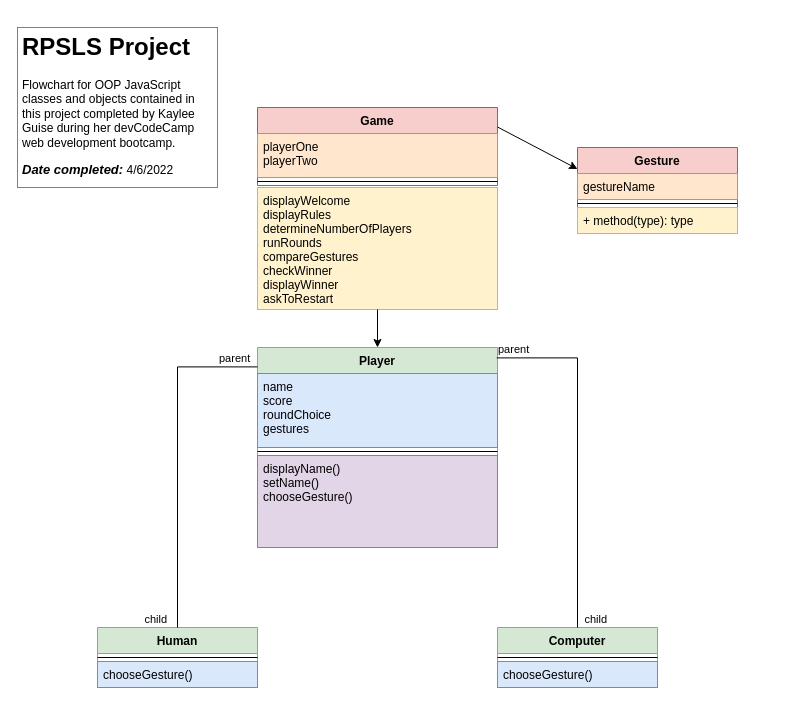
Earlier version of the draw.io diagram RPSLS.drawio.xml (nortynanka/dcc-rpsls-project). Source tidied: cells renumbered, new cells numbered last; positions are measured from the earlier drawing's top-left corner, leaving out a move shared by most shapes. Both pictures are drawn from the tidied source at 100%, with x=0, y=0 at pixel (17, 27).
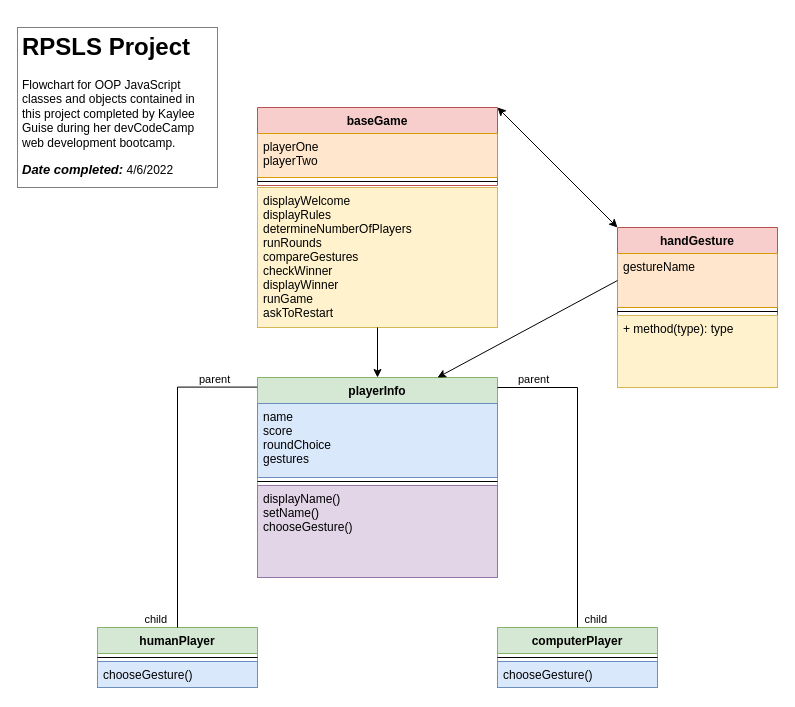
The same page after the edit.

Commit message (it also covers changes not shown here):
index.js framework set up

What changed in the source:
```diff
@@
-    <mxCell id="2" value="Gesture" style="swimlane;fontStyle=1;align=center;verticalAlign=top;horizontal=1;startSize=26;fillColor=#f8cecc;strokeColor=#b85450;" parent="1" vertex="1">
-      <mxGeometry x="560" y="120" width="160" height="86" as="geometry" />
+    <mxCell id="2" value="handGesture" style="swimlane;fontStyle=1;align=center;verticalAlign=top;horizontal=1;startSize=26;fillColor=#f8cecc;strokeColor=#b85450;" parent="1" vertex="1">
+      <mxGeometry x="600" y="200" width="160" height="160" as="geometry" />
     </mxCell>
     <mxCell id="3" value="gestureName" style="text;strokeColor=#d79b00;fillColor=#ffe6cc;align=left;verticalAlign=top;spacingLeft=4;spacingRight=4;overflow=hidden;points=[[0,0.5],[1,0.5]];portConstraint=eastwest;" parent="2" vertex="1">
-      <mxGeometry y="26" width="160" height="26" as="geometry" />
+      <mxGeometry y="26" width="160" height="54" as="geometry" />
     </mxCell>
     <mxCell id="4" style="line;strokeWidth=1;fillColor=none;align=left;verticalAlign=middle;spacingTop=-1;spacingLeft=3;spacingRight=3;labelPosition=right;" parent="2" vertex="1">
-      <mxGeometry y="52" width="160" height="8" as="geometry" />
+      <mxGeometry y="80" width="160" height="8" as="geometry" />
     </mxCell>
     <mxCell id="5" value="+ method(type): type" style="text;strokeColor=#d6b656;fillColor=#fff2cc;align=left;verticalAlign=top;spacingLeft=4;spacingRight=4;overflow=hidden;" parent="2" vertex="1">
-      <mxGeometry y="60" width="160" height="26" as="geometry" />
+      <mxGeometry y="88" width="160" height="72" as="geometry" />
     </mxCell>
-    <mxCell id="6" value="Player" style="swimlane;fontStyle=1;align=center;verticalAlign=top;horizontal=1;startSize=26;fillColor=#d5e8d4;strokeColor=#82b366;" parent="1" vertex="1">
-      <mxGeometry x="240" y="320" width="240" height="200" as="geometry" />
+    <mxCell id="6" value="playerInfo" style="swimlane;fontStyle=1;align=center;verticalAlign=top;horizontal=1;startSize=26;fillColor=#d5e8d4;strokeColor=#82b366;points=[[0,0,0,0,0],[0,1,0,0,12],[0,1,0,0,61],[0,1,0,0,112],[0,1,0,0,161],[0.01,0.76,0,0,0],[0.01,0.92,0,0,0],[0.25,0,0,0,0],[0.25,1,0,0,161],[0.5,0,0,0,0],[0.5,1,0,0,161],[0.75,0,0,0,0],[0.75,1,0,0,161],[1,0,0,0,0],[1,1,0,0,12],[1,1,0,0,61],[1,1,0,0,112],[1,1,0,0,161]];" parent="1" vertex="1">
+      <mxGeometry x="240" y="350" width="240" height="200" as="geometry" />
     </mxCell>
@@
-    <mxCell id="10" value="Game" style="swimlane;fontStyle=1;align=center;verticalAlign=top;horizontal=1;startSize=26;fillColor=#f8cecc;strokeColor=#b85450;" parent="1" vertex="1">
+    <mxCell id="10" value="baseGame" style="swimlane;fontStyle=1;align=center;verticalAlign=top;horizontal=1;startSize=26;fillColor=#f8cecc;strokeColor=#b85450;" parent="1" vertex="1">
       <mxGeometry x="240" y="80" width="240" height="78" as="geometry" />
     </mxCell>
@@
-    <mxCell id="13" value="Human" style="swimlane;fontStyle=1;align=center;verticalAlign=top;horizontal=1;startSize=26;fillColor=#d5e8d4;strokeColor=#82b366;" parent="1" vertex="1">
+    <mxCell id="13" value="humanPlayer" style="swimlane;fontStyle=1;align=center;verticalAlign=top;horizontal=1;startSize=26;fillColor=#d5e8d4;strokeColor=#82b366;" parent="1" vertex="1">
       <mxGeometry x="80" y="600" width="160" height="60" as="geometry" />
     </mxCell>
@@
-    <mxCell id="16" value="Computer" style="swimlane;fontStyle=1;align=center;verticalAlign=top;horizontal=1;startSize=26;fillColor=#d5e8d4;strokeColor=#82b366;" parent="1" vertex="1">
+    <mxCell id="16" value="computerPlayer" style="swimlane;fontStyle=1;align=center;verticalAlign=top;horizontal=1;startSize=26;fillColor=#d5e8d4;strokeColor=#82b366;" parent="1" vertex="1">
       <mxGeometry x="480" y="600" width="160" height="60" as="geometry" />
     </mxCell>
@@
-    <mxCell id="19" value="displayWelcome&#10;displayRules&#10;determineNumberOfPlayers&#10;runRounds&#10;compareGestures&#10;checkWinner&#10;displayWinner&#10;askToRestart" style="text;strokeColor=#d6b656;fillColor=#fff2cc;align=left;verticalAlign=top;spacingLeft=4;spacingRight=4;overflow=hidden;points=[[0,0.5,0,0,0],[0.5,0.98,0,0,0],[1,0.5,0,0,0]];portConstraint=eastwest;" parent="1" vertex="1">
-      <mxGeometry x="240" y="160" width="240" height="122" as="geometry" />
+    <mxCell id="19" value="displayWelcome&#10;displayRules&#10;determineNumberOfPlayers&#10;runRounds&#10;compareGestures&#10;checkWinner&#10;displayWinner&#10;runGame&#10;askToRestart" style="text;strokeColor=#d6b656;fillColor=#fff2cc;align=left;verticalAlign=top;spacingLeft=4;spacingRight=4;overflow=hidden;points=[[0,0.5,0,0,0],[0.5,0.98,0,0,0],[1,0.5,0,0,0]];portConstraint=eastwest;" parent="1" vertex="1">
+      <mxGeometry x="240" y="160" width="240" height="140" as="geometry" />
     </mxCell>
-    <mxCell id="20" style="endArrow=none;html=1;edgeStyle=orthogonalEdgeStyle;rounded=0;exitX=0;exitY=0.097;exitDx=0;exitDy=0;exitPerimeter=0;entryX=0.5;entryY=0;entryDx=0;entryDy=0;" parent="1" edge="1" source="6" target="13">
+    <mxCell id="20" style="endArrow=none;html=1;edgeStyle=orthogonalEdgeStyle;rounded=0;entryX=0.5;entryY=0;entryDx=0;entryDy=0;exitX=-0.001;exitY=0.048;exitDx=0;exitDy=0;exitPerimeter=0;" parent="1" edge="1" source="6" target="13">
       <mxGeometry relative="1" as="geometry" />
     </mxCell>
     <mxCell id="21" value="parent" style="edgeLabel;html=1;align=left;verticalAlign=bottom;" parent="20" vertex="1">
       <mxGeometry x="-1" relative="1" as="geometry">
-        <mxPoint x="-40" as="offset" />
+        <mxPoint x="-60" as="offset" />
       </mxGeometry>
     </mxCell>
@@
-    <mxCell id="23" style="endArrow=none;html=1;edgeStyle=orthogonalEdgeStyle;rounded=0;exitX=0.997;exitY=0.052;exitDx=0;exitDy=0;exitPerimeter=0;" parent="1" edge="1" source="6" target="16">
-      <mxGeometry relative="1" as="geometry">
-        <Array as="points">
-          <mxPoint x="560" y="330" />
-        </Array>
-      </mxGeometry>
+    <mxCell id="23" style="endArrow=none;html=1;edgeStyle=orthogonalEdgeStyle;rounded=0;exitX=1;exitY=0.05;exitDx=0;exitDy=0;exitPerimeter=0;" parent="1" edge="1" source="6" target="16">
+      <mxGeometry relative="1" as="geometry" />
     </mxCell>
     <mxCell id="24" value="parent" style="edgeLabel;html=1;align=left;verticalAlign=bottom;" parent="23" vertex="1">
-      <mxGeometry x="-1" relative="1" as="geometry" />
+      <mxGeometry x="-1" relative="1" as="geometry">
+        <mxPoint x="19" as="offset" />
+      </mxGeometry>
     </mxCell>
@@
+    <mxCell id="28" value="&lt;h1&gt;RPSLS Project&lt;/h1&gt;&lt;p&gt;Flowchart for OOP JavaScript classes and objects contained in this project completed by Kaylee Guise during her devCodeCamp web development bootcamp.&lt;/p&gt;&lt;p&gt;&lt;b&gt;&lt;i&gt;&lt;font style=&quot;font-size: 13px&quot;&gt;Date completed:&lt;/font&gt;&lt;/i&gt;&lt;/b&gt; 4/6/2022&lt;/p&gt;" style="text;html=1;strokeColor=default;fillColor=default;spacing=5;spacingTop=-20;whiteSpace=wrap;overflow=hidden;rounded=0;strokeWidth=1;dashed=1;dashPattern=1 1;" parent="1" vertex="1">
+      <mxGeometry width="200" height="160" as="geometry" />
+    </mxCell>
+    <mxCell id="29" style="endArrow=classic;html=1;rounded=0;entryX=0.75;entryY=0;entryDx=0;entryDy=0;exitX=0;exitY=0.5;exitDx=0;exitDy=0;" parent="1" edge="1" source="3" target="6">
+      <mxGeometry relative="1" as="geometry" />
+    </mxCell>
-    <mxCell id="27" style="endArrow=classic;html=1;rounded=0;exitX=1;exitY=0.25;exitDx=0;exitDy=0;entryX=0;entryY=0.25;entryDx=0;entryDy=0;" parent="1" edge="1" source="10" target="2">
+    <mxCell id="27" style="endArrow=classic;startArrow=classic;html=1;rounded=0;entryX=0;entryY=0;entryDx=0;entryDy=0;exitX=1;exitY=0;exitDx=0;exitDy=0;" parent="1" edge="1" source="10" target="2">
       <mxGeometry relative="1" as="geometry" />
     </mxCell>
-    <mxCell id="28" value="&lt;h1&gt;RPSLS Project&lt;/h1&gt;&lt;p&gt;Flowchart for OOP JavaScript classes and objects contained in this project completed by Kaylee Guise during her devCodeCamp web development bootcamp.&lt;/p&gt;&lt;p&gt;&lt;b&gt;&lt;i&gt;&lt;font style=&quot;font-size: 13px&quot;&gt;Date completed:&lt;/font&gt;&lt;/i&gt;&lt;/b&gt; 4/6/2022&lt;/p&gt;" style="text;html=1;strokeColor=default;fillColor=default;spacing=5;spacingTop=-20;whiteSpace=wrap;overflow=hidden;rounded=0;strokeWidth=1;dashed=1;dashPattern=1 1;" parent="1" vertex="1">
-      <mxGeometry width="200" height="160" as="geometry" />
-    </mxCell>
```
